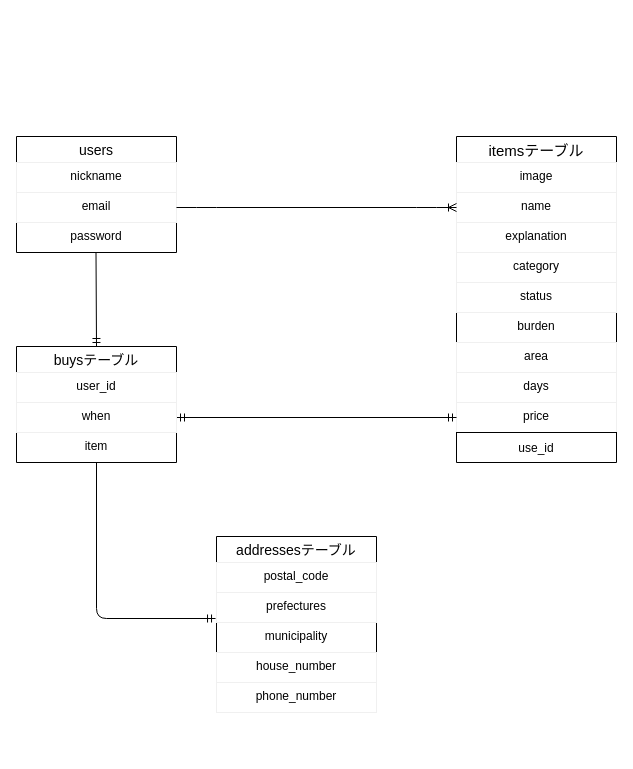
MatsuYuu/furima-31100 keeps this draw.io diagram as furima.dio. Above is the earlier version. Source tidied: cells renumbered, new cells numbered last; positions are measured from the earlier drawing's top-left corner, leaving out a move shared by most shapes. Both pictures are drawn from the tidied source at 100%, with x=0, y=0 at pixel (16, 136).
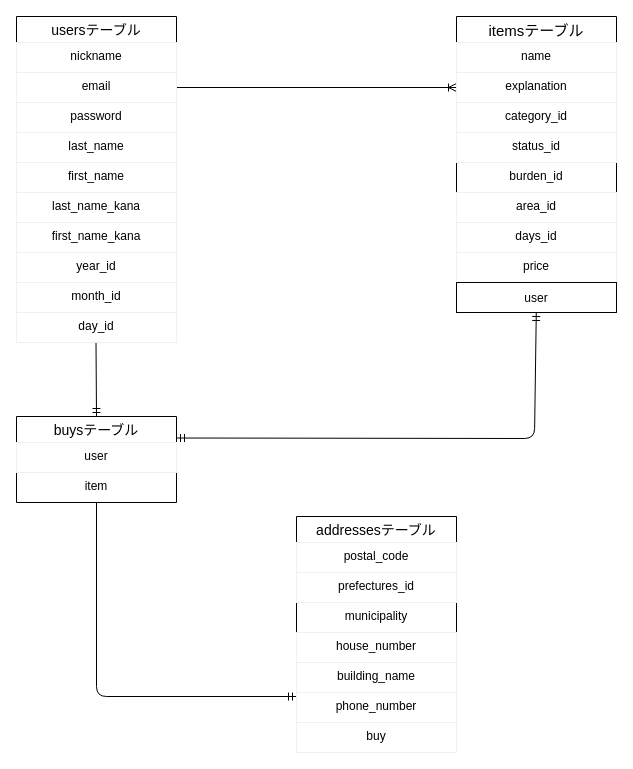
The same page after the edit.

What changed in the source:
```diff
@@
+    <mxCell id="13" style="fontSize=12;html=1;endArrow=ERoneToMany;entryX=0;entryY=0.5;entryDx=0;entryDy=0;exitX=1;exitY=0.5;exitDx=0;exitDy=0;" parent="1" edge="1" source="11" target="5">
+      <mxGeometry relative="1" as="geometry" />
+    </mxCell>
+    <mxCell id="25" style="fontSize=12;html=1;endArrow=ERmandOne;startArrow=ERmandOne;exitX=1;exitY=0.25;exitDx=0;exitDy=0;" parent="1" edge="1" source="26" target="17">
+      <mxGeometry relative="1" as="geometry">
+        <Array as="points">
+          <mxPoint x="518" y="302" />
+        </Array>
+      </mxGeometry>
+    </mxCell>
+    <mxCell id="30" style="fontSize=12;html=1;endArrow=ERmandOne;" parent="1" edge="1">
+      <mxGeometry relative="1" as="geometry">
+        <mxPoint x="79.5" y="206" as="sourcePoint" />
+        <mxPoint x="80" y="280" as="targetPoint" />
+      </mxGeometry>
+    </mxCell>
+    <mxCell id="31" style="edgeStyle=none;rounded=0;orthogonalLoop=1;jettySize=auto;html=1;entryX=0.5;entryY=0;entryDx=0;entryDy=0;fontSize=30;" parent="1" edge="1" source="26" target="26">
+      <mxGeometry relative="1" as="geometry" />
+    </mxCell>
+    <mxCell id="32" style="fontSize=12;html=1;endArrow=ERmandOne;" parent="1" edge="1" source="29">
+      <mxGeometry relative="1" as="geometry">
+        <mxPoint x="280" y="560" as="targetPoint" />
+        <Array as="points">
+          <mxPoint x="80" y="560" />
+        </Array>
+      </mxGeometry>
+    </mxCell>
+    <mxCell id="9" value="usersテーブル" style="swimlane;fontStyle=0;horizontal=1;startSize=26;align=center;fontSize=14;" parent="1" vertex="1">
+      <mxGeometry y="-120" width="160" height="326" as="geometry" />
+    </mxCell>
+    <mxCell id="10" value="nickname" style="text;fillColor=none;spacingLeft=4;spacingRight=4;overflow=hidden;fontSize=12;align=center;strokeColor=#f0f0f0;" parent="9" vertex="1">
+      <mxGeometry y="26" width="160" height="30" as="geometry" />
+    </mxCell>
+    <mxCell id="11" value="email" style="text;fillColor=none;spacingLeft=4;spacingRight=4;overflow=hidden;points=[[0,0.5],[1,0.5]];portConstraint=eastwest;fontSize=12;align=center;strokeColor=#f0f0f0;" parent="9" vertex="1">
+      <mxGeometry y="56" width="160" height="30" as="geometry" />
+    </mxCell>
+    <mxCell id="12" value="password" style="text;fillColor=none;spacingLeft=4;spacingRight=4;overflow=hidden;fontSize=12;align=center;strokeColor=#f0f0f0;" parent="9" vertex="1">
+      <mxGeometry y="86" width="160" height="30" as="geometry" />
+    </mxCell>
+    <mxCell id="33" value="last_name" style="text;fillColor=none;spacingLeft=4;spacingRight=4;overflow=hidden;fontSize=12;strokeColor=#f0f0f0;align=center;" parent="9" vertex="1">
+      <mxGeometry y="116" width="160" height="30" as="geometry" />
+    </mxCell>
+    <mxCell id="34" value="first_name" style="text;fillColor=none;spacingLeft=4;spacingRight=4;overflow=hidden;fontSize=12;strokeColor=#f0f0f0;align=center;" parent="9" vertex="1">
+      <mxGeometry y="146" width="160" height="30" as="geometry" />
+    </mxCell>
+    <mxCell id="35" value="last_name_kana" style="text;fillColor=none;spacingLeft=4;spacingRight=4;overflow=hidden;fontSize=12;strokeColor=#f0f0f0;align=center;" parent="9" vertex="1">
+      <mxGeometry y="176" width="160" height="30" as="geometry" />
+    </mxCell>
+    <mxCell id="36" value="first_name_kana" style="text;fillColor=none;spacingLeft=4;spacingRight=4;overflow=hidden;fontSize=12;strokeColor=#f0f0f0;align=center;" parent="9" vertex="1">
+      <mxGeometry y="206" width="160" height="30" as="geometry" />
+    </mxCell>
+    <mxCell id="37" value="year_id" style="text;fillColor=none;spacingLeft=4;spacingRight=4;overflow=hidden;fontSize=12;strokeColor=#f0f0f0;align=center;" parent="9" vertex="1">
+      <mxGeometry y="236" width="160" height="30" as="geometry" />
+    </mxCell>
+    <mxCell id="38" value="month_id" style="text;fillColor=none;spacingLeft=4;spacingRight=4;overflow=hidden;fontSize=12;strokeColor=#f0f0f0;align=center;" parent="9" vertex="1">
+      <mxGeometry y="266" width="160" height="30" as="geometry" />
+    </mxCell>
+    <mxCell id="39" value="day_id" style="text;fillColor=none;spacingLeft=4;spacingRight=4;overflow=hidden;fontSize=12;strokeColor=#f0f0f0;align=center;" parent="9" vertex="1">
+      <mxGeometry y="296" width="160" height="30" as="geometry" />
+    </mxCell>
+    <mxCell id="26" value="buysテーブル" style="swimlane;fontStyle=0;horizontal=1;startSize=26;align=center;fontSize=14;" parent="1" vertex="1">
+      <mxGeometry y="280" width="160" height="86" as="geometry" />
+    </mxCell>
+    <mxCell id="27" value="user" style="text;fillColor=none;spacingLeft=4;spacingRight=4;overflow=hidden;fontSize=12;strokeColor=#f0f0f0;align=center;" parent="26" vertex="1">
+      <mxGeometry y="26" width="160" height="30" as="geometry" />
+    </mxCell>
+    <mxCell id="29" value="item" style="text;strokeColor=none;fillColor=none;spacingLeft=4;spacingRight=4;overflow=hidden;points=[[0,0.5],[1,0.5]];portConstraint=eastwest;fontSize=12;align=center;" parent="26" vertex="1">
+      <mxGeometry y="56" width="160" height="30" as="geometry" />
+    </mxCell>
     <mxCell id="2" value="itemsテーブル" style="swimlane;fontStyle=0;horizontal=1;startSize=26;align=center;fontSize=15;" parent="1" vertex="1">
-      <mxGeometry x="440" width="160" height="206" as="geometry" />
+      <mxGeometry x="440" y="-120" width="160" height="296" as="geometry" />
     </mxCell>
-    <mxCell id="3" value="image" style="text;fillColor=none;spacingLeft=4;spacingRight=4;overflow=hidden;fontSize=12;strokeColor=#f0f0f0;align=center;" parent="2" vertex="1">
-      <mxGeometry y="26" width="160" height="30" as="geometry" />
-    </mxCell>
     <mxCell id="4" value="name" style="text;fillColor=none;spacingLeft=4;spacingRight=4;overflow=hidden;points=[[0,0.5],[1,0.5]];portConstraint=eastwest;fontSize=12;strokeColor=#f0f0f0;align=center;" parent="2" vertex="1">
-      <mxGeometry y="56" width="160" height="30" as="geometry" />
+      <mxGeometry y="26" width="160" height="30" as="geometry" />
     </mxCell>
     <mxCell id="5" value="explanation" style="text;fillColor=none;spacingLeft=4;spacingRight=4;overflow=hidden;points=[[0,0.5],[1,0.5]];portConstraint=eastwest;fontSize=12;strokeColor=#f0f0f0;align=center;" parent="2" vertex="1">
-      <mxGeometry y="86" width="160" height="30" as="geometry" />
+      <mxGeometry y="56" width="160" height="30" as="geometry" />
     </mxCell>
-    <mxCell id="6" value="category" style="text;fillColor=none;spacingLeft=4;spacingRight=4;overflow=hidden;fontSize=12;strokeColor=#f0f0f0;align=center;" parent="2" vertex="1">
-      <mxGeometry y="116" width="160" height="30" as="geometry" />
+    <mxCell id="6" value="category_id" style="text;fillColor=none;spacingLeft=4;spacingRight=4;overflow=hidden;fontSize=12;strokeColor=#f0f0f0;align=center;" parent="2" vertex="1">
+      <mxGeometry y="86" width="160" height="30" as="geometry" />
     </mxCell>
-    <mxCell id="7" value="status" style="text;fillColor=none;spacingLeft=4;spacingRight=4;overflow=hidden;fontSize=12;strokeColor=#f0f0f0;align=center;" parent="2" vertex="1">
-      <mxGeometry y="146" width="160" height="30" as="geometry" />
+    <mxCell id="7" value="status_id" style="text;fillColor=none;spacingLeft=4;spacingRight=4;overflow=hidden;fontSize=12;strokeColor=#f0f0f0;align=center;" parent="2" vertex="1">
+      <mxGeometry y="116" width="160" height="30" as="geometry" />
     </mxCell>
-    <mxCell id="8" value="burden" style="text;strokeColor=none;fillColor=none;spacingLeft=4;spacingRight=4;overflow=hidden;fontSize=12;align=center;" parent="2" vertex="1">
-      <mxGeometry y="176" width="160" height="30" as="geometry" />
+    <mxCell id="8" value="burden_id" style="text;strokeColor=none;fillColor=none;spacingLeft=4;spacingRight=4;overflow=hidden;fontSize=12;align=center;" parent="2" vertex="1">
+      <mxGeometry y="146" width="160" height="30" as="geometry" />
     </mxCell>
-    <mxCell id="9" value="users" style="swimlane;fontStyle=0;horizontal=1;startSize=26;align=center;fontSize=14;" parent="1" vertex="1">
-      <mxGeometry width="160" height="116" as="geometry" />
-    </mxCell>
-    <mxCell id="10" value="nickname" style="text;fillColor=none;spacingLeft=4;spacingRight=4;overflow=hidden;fontSize=12;align=center;strokeColor=#f0f0f0;" parent="9" vertex="1">
-      <mxGeometry y="26" width="160" height="30" as="geometry" />
-    </mxCell>
-    <mxCell id="11" value="email" style="text;fillColor=none;spacingLeft=4;spacingRight=4;overflow=hidden;points=[[0,0.5],[1,0.5]];portConstraint=eastwest;fontSize=12;align=center;strokeColor=#f0f0f0;" parent="9" vertex="1">
-      <mxGeometry y="56" width="160" height="30" as="geometry" />
-    </mxCell>
-    <mxCell id="12" value="password" style="text;strokeColor=none;fillColor=none;spacingLeft=4;spacingRight=4;overflow=hidden;fontSize=12;align=center;" parent="9" vertex="1">
-      <mxGeometry y="86" width="160" height="30" as="geometry" />
-    </mxCell>
-    <mxCell id="13" style="edgeStyle=entityRelationEdgeStyle;fontSize=12;html=1;endArrow=ERoneToMany;entryX=0;entryY=0.5;entryDx=0;entryDy=0;exitX=1;exitY=0.5;exitDx=0;exitDy=0;" parent="1" edge="1" source="11" target="4">
-      <mxGeometry relative="1" as="geometry" />
-    </mxCell>
-    <mxCell id="14" value="area" style="text;fillColor=none;spacingLeft=4;spacingRight=4;overflow=hidden;fontSize=12;strokeColor=#f0f0f0;align=center;" parent="1" vertex="1">
-      <mxGeometry x="440" y="206" width="160" height="30" as="geometry" />
+    <mxCell id="14" value="area_id" style="text;fillColor=none;spacingLeft=4;spacingRight=4;overflow=hidden;fontSize=12;strokeColor=#f0f0f0;align=center;" parent="2" vertex="1">
+      <mxGeometry y="176" width="160" height="30" as="geometry" />
     </mxCell>
-    <mxCell id="15" value="days" style="text;fillColor=none;spacingLeft=4;spacingRight=4;overflow=hidden;fontSize=12;strokeColor=#f0f0f0;align=center;" parent="1" vertex="1">
-      <mxGeometry x="440" y="236" width="160" height="30" as="geometry" />
+    <mxCell id="15" value="days_id" style="text;fillColor=none;spacingLeft=4;spacingRight=4;overflow=hidden;fontSize=12;strokeColor=#f0f0f0;align=center;" parent="2" vertex="1">
+      <mxGeometry y="206" width="160" height="30" as="geometry" />
     </mxCell>
-    <mxCell id="16" value="price" style="text;fillColor=none;spacingLeft=4;spacingRight=4;overflow=hidden;points=[[0,0.5],[1,0.5]];portConstraint=eastwest;fontSize=12;strokeColor=#f0f0f0;align=center;" parent="1" vertex="1">
-      <mxGeometry x="440" y="266" width="160" height="30" as="geometry" />
+    <mxCell id="16" value="price" style="text;fillColor=none;spacingLeft=4;spacingRight=4;overflow=hidden;points=[[0,0.5],[1,0.5]];portConstraint=eastwest;fontSize=12;strokeColor=#f0f0f0;align=center;" parent="2" vertex="1">
+      <mxGeometry y="236" width="160" height="30" as="geometry" />
     </mxCell>
-    <mxCell id="17" style="shape=partialRectangle;fillColor=none;align=center;verticalAlign=middle;spacingLeft=34;points=[[0,0.5],[1,0.5]];portConstraint=eastwest;" parent="1" vertex="1">
-      <mxGeometry x="440" y="296" width="160" height="30" as="geometry" />
+    <mxCell id="17" style="shape=partialRectangle;fillColor=none;align=center;verticalAlign=middle;spacingLeft=34;points=[[0,0.5],[1,0.5]];portConstraint=eastwest;" parent="2" vertex="1">
+      <mxGeometry y="266" width="160" height="30" as="geometry" />
     </mxCell>
-    <mxCell id="18" value="use_id" style="shape=partialRectangle;top=0;left=0;bottom=0;fillColor=none;stokeWidth=1;dashed=1;align=center;verticalAlign=middle;spacingLeft=4;spacingRight=4;overflow=hidden;" parent="17" vertex="1">
+    <mxCell id="18" value="user" style="shape=partialRectangle;top=0;left=0;bottom=0;fillColor=none;stokeWidth=1;dashed=1;align=center;verticalAlign=middle;spacingLeft=4;spacingRight=4;overflow=hidden;" parent="17" vertex="1">
       <mxGeometry width="160" height="30" as="geometry" />
     </mxCell>
     <mxCell id="19" value="addressesテーブル" style="swimlane;fontStyle=0;horizontal=1;startSize=26;align=center;fontSize=14;" parent="1" vertex="1">
-      <mxGeometry x="200" y="400" width="160" height="176" as="geometry" />
+      <mxGeometry x="280" y="380" width="160" height="236" as="geometry" />
     </mxCell>
@@
-    <mxCell id="21" value="prefectures" style="text;fillColor=none;spacingLeft=4;spacingRight=4;overflow=hidden;points=[[0,0.5],[1,0.5]];portConstraint=eastwest;fontSize=12;align=center;strokeColor=#f0f0f0;" parent="19" vertex="1">
+    <mxCell id="21" value="prefectures_id" style="text;fillColor=none;spacingLeft=4;spacingRight=4;overflow=hidden;points=[[0,0.5],[1,0.5]];portConstraint=eastwest;fontSize=12;align=center;strokeColor=#f0f0f0;" parent="19" vertex="1">
       <mxGeometry y="56" width="160" height="30" as="geometry" />
     </mxCell>
@@
-    <mxCell id="24" value="phone_number" style="text;fillColor=none;spacingLeft=4;spacingRight=4;overflow=hidden;fontSize=12;align=center;strokeColor=#f0f0f0;" parent="19" vertex="1">
+    <mxCell id="24" value="building_name" style="text;fillColor=none;spacingLeft=4;spacingRight=4;overflow=hidden;fontSize=12;align=center;strokeColor=#f0f0f0;" parent="19" vertex="1">
       <mxGeometry y="146" width="160" height="30" as="geometry" />
     </mxCell>
-    <mxCell id="25" style="fontSize=12;html=1;endArrow=ERmandOne;startArrow=ERmandOne;entryX=0;entryY=0.5;entryDx=0;entryDy=0;exitX=1;exitY=0.5;exitDx=0;exitDy=0;" parent="1" edge="1" source="28" target="16">
-      <mxGeometry relative="1" as="geometry" />
-    </mxCell>
-    <mxCell id="26" value="buysテーブル" style="swimlane;fontStyle=0;horizontal=1;startSize=26;align=center;fontSize=14;" parent="1" vertex="1">
-      <mxGeometry y="210" width="160" height="116" as="geometry" />
-    </mxCell>
-    <mxCell id="27" value="user_id" style="text;fillColor=none;spacingLeft=4;spacingRight=4;overflow=hidden;fontSize=12;strokeColor=#f0f0f0;align=center;" parent="26" vertex="1">
-      <mxGeometry y="26" width="160" height="30" as="geometry" />
-    </mxCell>
-    <mxCell id="28" value="when" style="text;fillColor=none;spacingLeft=4;spacingRight=4;overflow=hidden;points=[[0,0.5],[1,0.5]];portConstraint=eastwest;fontSize=12;strokeColor=#f0f0f0;align=center;" parent="26" vertex="1">
-      <mxGeometry y="56" width="160" height="30" as="geometry" />
-    </mxCell>
-    <mxCell id="29" value="item" style="text;strokeColor=none;fillColor=none;spacingLeft=4;spacingRight=4;overflow=hidden;points=[[0,0.5],[1,0.5]];portConstraint=eastwest;fontSize=12;align=center;" parent="26" vertex="1">
-      <mxGeometry y="86" width="160" height="30" as="geometry" />
-    </mxCell>
-    <mxCell id="30" style="fontSize=12;html=1;endArrow=ERmandOne;" parent="1" edge="1">
-      <mxGeometry relative="1" as="geometry">
-        <mxPoint x="79.5" y="116" as="sourcePoint" />
-        <mxPoint x="80" y="210" as="targetPoint" />
-      </mxGeometry>
-    </mxCell>
-    <mxCell id="31" style="edgeStyle=none;rounded=0;orthogonalLoop=1;jettySize=auto;html=1;entryX=0.5;entryY=0;entryDx=0;entryDy=0;fontSize=30;" parent="1" edge="1" source="26" target="26">
-      <mxGeometry relative="1" as="geometry" />
-    </mxCell>
-    <mxCell id="32" style="fontSize=12;html=1;endArrow=ERmandOne;entryX=-0.006;entryY=0.867;entryDx=0;entryDy=0;entryPerimeter=0;exitX=0.5;exitY=1;exitDx=0;exitDy=0;exitPerimeter=0;" parent="1" edge="1" source="29" target="21">
-      <mxGeometry relative="1" as="geometry">
-        <Array as="points">
-          <mxPoint x="80" y="482" />
-        </Array>
-      </mxGeometry>
-    </mxCell>
+    <mxCell id="40" value="phone_number" style="text;fillColor=none;spacingLeft=4;spacingRight=4;overflow=hidden;fontSize=12;strokeColor=#f0f0f0;align=center;" parent="19" vertex="1">
+      <mxGeometry y="176" width="160" height="30" as="geometry" />
+    </mxCell>
+    <mxCell id="41" value="buy" style="text;fillColor=none;spacingLeft=4;spacingRight=4;overflow=hidden;fontSize=12;strokeColor=#f0f0f0;align=center;" parent="19" vertex="1">
+      <mxGeometry y="206" width="160" height="30" as="geometry" />
+    </mxCell>
```
